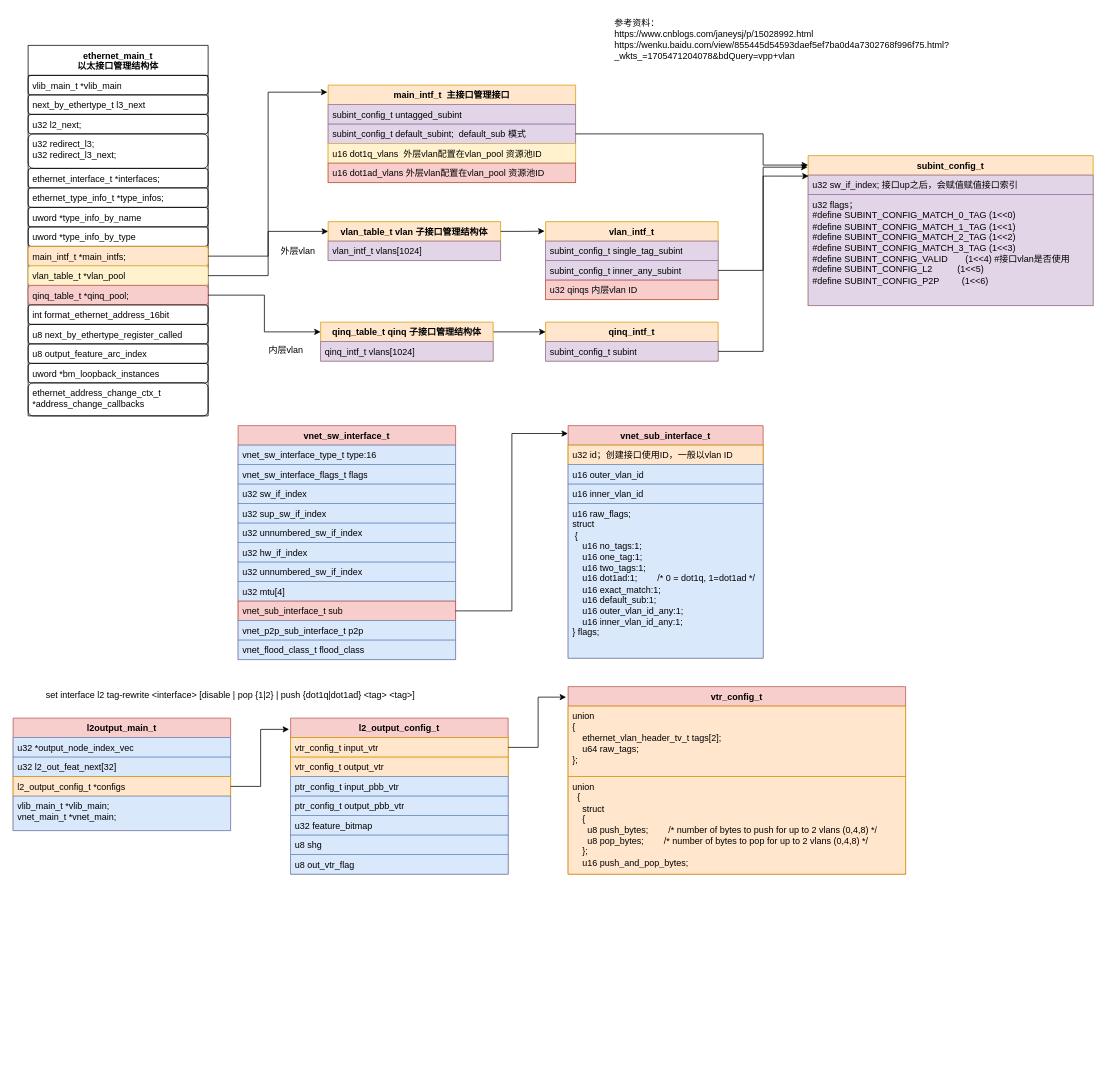
Above: new_map/vlan_qinq.drawio in jin13417/dpdk-vpp-learning (draw.io), before the change. Source tidied: cells renumbered, new cells numbered last; positions are measured from the earlier drawing's top-left corner, leaving out a move shared by most shapes. Both pictures are drawn from the tidied source at 75%, with x=0, y=0 at pixel (13, 13).
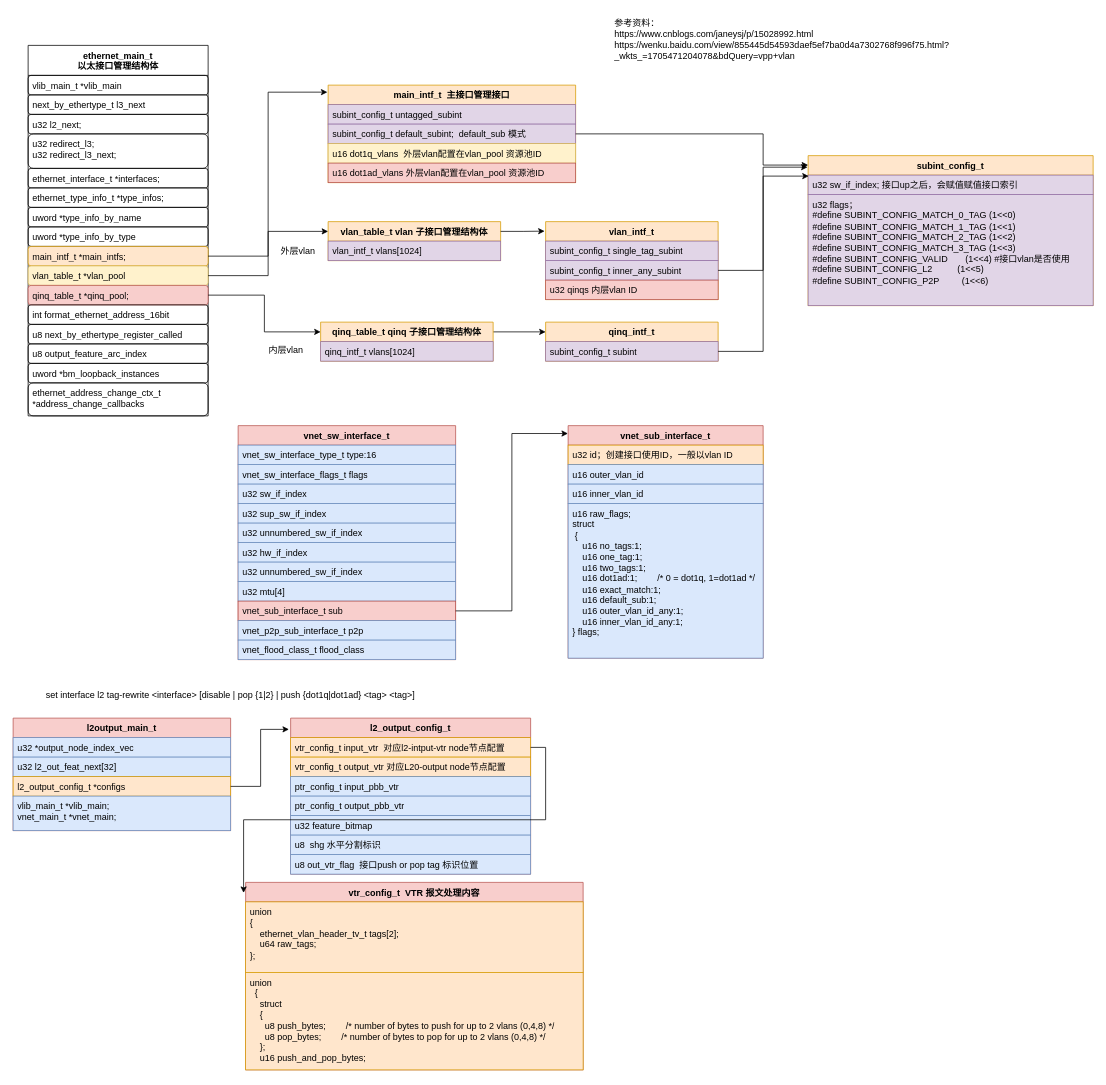
Above is the later version.

What changed in the source:
```diff
@@
     <mxCell id="65" value="l2_output_config_t" style="swimlane;fontStyle=1;align=center;verticalAlign=top;horizontal=1;startSize=26;whiteSpace=wrap;html=1;fillColor=#f8cecc;strokeColor=#b85450;" parent="1" vertex="1">
-      <mxGeometry x="370" y="940" width="290" height="208" as="geometry" />
+      <mxGeometry x="370" y="940" width="320" height="208" as="geometry" />
     </mxCell>
-    <mxCell id="66" value="vtr_config_t input_vtr" style="text;strokeColor=#d79b00;fillColor=#ffe6cc;align=left;verticalAlign=top;spacingLeft=4;spacingRight=4;overflow=hidden;points=[[0,0.5],[1,0.5]];portConstraint=eastwest;whiteSpace=wrap;html=1;" parent="65" vertex="1">
-      <mxGeometry y="26" width="290" height="26" as="geometry" />
+    <mxCell id="66" value="vtr_config_t input_vtr&amp;nbsp; 对应l2-intput-vtr node节点配置" style="text;strokeColor=#d79b00;fillColor=#ffe6cc;align=left;verticalAlign=top;spacingLeft=4;spacingRight=4;overflow=hidden;points=[[0,0.5],[1,0.5]];portConstraint=eastwest;whiteSpace=wrap;html=1;" parent="65" vertex="1">
+      <mxGeometry y="26" width="320" height="26" as="geometry" />
     </mxCell>
-    <mxCell id="67" value="vtr_config_t output&lt;span style=&quot;background-color: initial;&quot;&gt;_vtr&lt;/span&gt;" style="text;strokeColor=#d79b00;fillColor=#ffe6cc;align=left;verticalAlign=top;spacingLeft=4;spacingRight=4;overflow=hidden;whiteSpace=wrap;html=1;" parent="65" vertex="1">
-      <mxGeometry y="52" width="290" height="26" as="geometry" />
+    <mxCell id="67" value="vtr_config_t output&lt;span style=&quot;background-color: initial;&quot;&gt;_vtr 对应L20-output node节点配置&lt;/span&gt;" style="text;strokeColor=#d79b00;fillColor=#ffe6cc;align=left;verticalAlign=top;spacingLeft=4;spacingRight=4;overflow=hidden;whiteSpace=wrap;html=1;" parent="65" vertex="1">
+      <mxGeometry y="52" width="320" height="26" as="geometry" />
     </mxCell>
     <mxCell id="68" value="ptr_config_t input_pbb_vtr" style="text;strokeColor=#6c8ebf;fillColor=#dae8fc;align=left;verticalAlign=top;spacingLeft=4;spacingRight=4;overflow=hidden;whiteSpace=wrap;html=1;" parent="65" vertex="1">
-      <mxGeometry y="78" width="290" height="26" as="geometry" />
+      <mxGeometry y="78" width="320" height="26" as="geometry" />
     </mxCell>
     <mxCell id="69" value="ptr_config_t output_pbb_vtr" style="text;strokeColor=#6c8ebf;fillColor=#dae8fc;align=left;verticalAlign=top;spacingLeft=4;spacingRight=4;overflow=hidden;whiteSpace=wrap;html=1;" parent="65" vertex="1">
-      <mxGeometry y="104" width="290" height="26" as="geometry" />
+      <mxGeometry y="104" width="320" height="26" as="geometry" />
     </mxCell>
     <mxCell id="70" value="u32 feature_bitmap" style="text;strokeColor=#6c8ebf;fillColor=#dae8fc;align=left;verticalAlign=top;spacingLeft=4;spacingRight=4;overflow=hidden;whiteSpace=wrap;html=1;" parent="65" vertex="1">
-      <mxGeometry y="130" width="290" height="26" as="geometry" />
+      <mxGeometry y="130" width="320" height="26" as="geometry" />
     </mxCell>
-    <mxCell id="71" value="u8 shg" style="text;strokeColor=#6c8ebf;fillColor=#dae8fc;align=left;verticalAlign=top;spacingLeft=4;spacingRight=4;overflow=hidden;whiteSpace=wrap;html=1;" parent="65" vertex="1">
-      <mxGeometry y="156" width="290" height="26" as="geometry" />
+    <mxCell id="71" value="u8&amp;nbsp; shg 水平分割标识&amp;nbsp;" style="text;strokeColor=#6c8ebf;fillColor=#dae8fc;align=left;verticalAlign=top;spacingLeft=4;spacingRight=4;overflow=hidden;whiteSpace=wrap;html=1;" parent="65" vertex="1">
+      <mxGeometry y="156" width="320" height="26" as="geometry" />
     </mxCell>
-    <mxCell id="72" value="u8 out_vtr_flag" style="text;strokeColor=#6c8ebf;fillColor=#dae8fc;align=left;verticalAlign=top;spacingLeft=4;spacingRight=4;overflow=hidden;whiteSpace=wrap;html=1;" parent="65" vertex="1">
-      <mxGeometry y="182" width="290" height="26" as="geometry" />
+    <mxCell id="72" value="u8 out_vtr_flag&amp;nbsp; 接口push or pop tag 标识位置" style="text;strokeColor=#6c8ebf;fillColor=#dae8fc;align=left;verticalAlign=top;spacingLeft=4;spacingRight=4;overflow=hidden;whiteSpace=wrap;html=1;" parent="65" vertex="1">
+      <mxGeometry y="182" width="320" height="26" as="geometry" />
     </mxCell>
-    <mxCell id="73" value="vtr_config_t" style="swimlane;fontStyle=1;align=center;verticalAlign=top;horizontal=1;startSize=26;whiteSpace=wrap;html=1;fillColor=#f8cecc;strokeColor=#b85450;" parent="1" vertex="1">
-      <mxGeometry x="740" y="898" width="450" height="250" as="geometry" />
+    <mxCell id="73" value="vtr_config_t&amp;nbsp; VTR 报文处理内容" style="swimlane;fontStyle=1;align=center;verticalAlign=top;horizontal=1;startSize=26;whiteSpace=wrap;html=1;fillColor=#f8cecc;strokeColor=#b85450;" parent="1" vertex="1">
+      <mxGeometry x="310" y="1159" width="450" height="250" as="geometry" />
     </mxCell>
```
